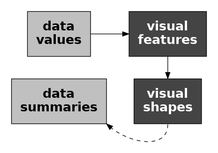
Earlier version of the Graphviz export Diagrams/data-vis-shape-decode.png (pmur002/hdvw). Its source is kept beside it as Diagrams/data-vis-shape-decode.dot.
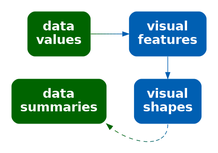
The same file after the commit.

Diff of the diagram source:
```diff
@@ -1,15 +1,15 @@
 digraph {
   graph [ rankdir=LR; margin=.2; nodesep=.5 ];
   node [ fontsize=20; fontname="sans bold"; margin=.2 ];
-  data [ label="data\nvalues"; shape=box; style=filled; fillcolor=gray ]
-  stat [ label="data\nsummaries"; shape=box; style=filled; fillcolor=gray ]
+  data [ label="data\nvalues"; shape=box; style="filled, rounded"; penwidth=0; fontcolor=white; fillcolor="#006400" ]
+  stat [ label="data\nsummaries"; shape=box; style="filled, rounded"; penwidth=0; fontcolor=white; fillcolor="#006400" ]
   vis [ label="visual\nfeatures"; shape=box;
-        style=filled; fillcolor="#444444"; fontcolor=white ]
+     style="filled, rounded"; penwidth=0; fontcolor=white; fillcolor="#005FB2" ]
   shape [ label="visual\nshapes"; shape=box;
-          style=filled; fillcolor="#444444"; fontcolor=white ]
-  data -> vis
-  vis -> shape
-  shape:s -> stat:se [ style="dashed" ]
+       style="filled, rounded"; penwidth=0; fontcolor=white; fillcolor="#005FB2" ]
+  data -> vis [ color="#006400;0.1:#006314;0.1:#006328;0.1:#00623B;0.1:#00624F;0.1:#006163;0.1:#006177;0.1:#00608A;0.1:#00609E;0.1:#005FB2;0.1" ]
+  vis -> shape [ color="#005FB2" ]
+  shape:s -> stat:se [ style="dashed", color="#005FB2;0.1:#00609E;0.1:#00608A;0.1:#006177;0.1:#006163;0.1:#00624F;0.1:#00623B;0.1:#006328;0.1:#006314;0.1:#006400;0.1" ]
 { rank=same; data, stat }
 { rank=same; vis, shape }
 }
```
